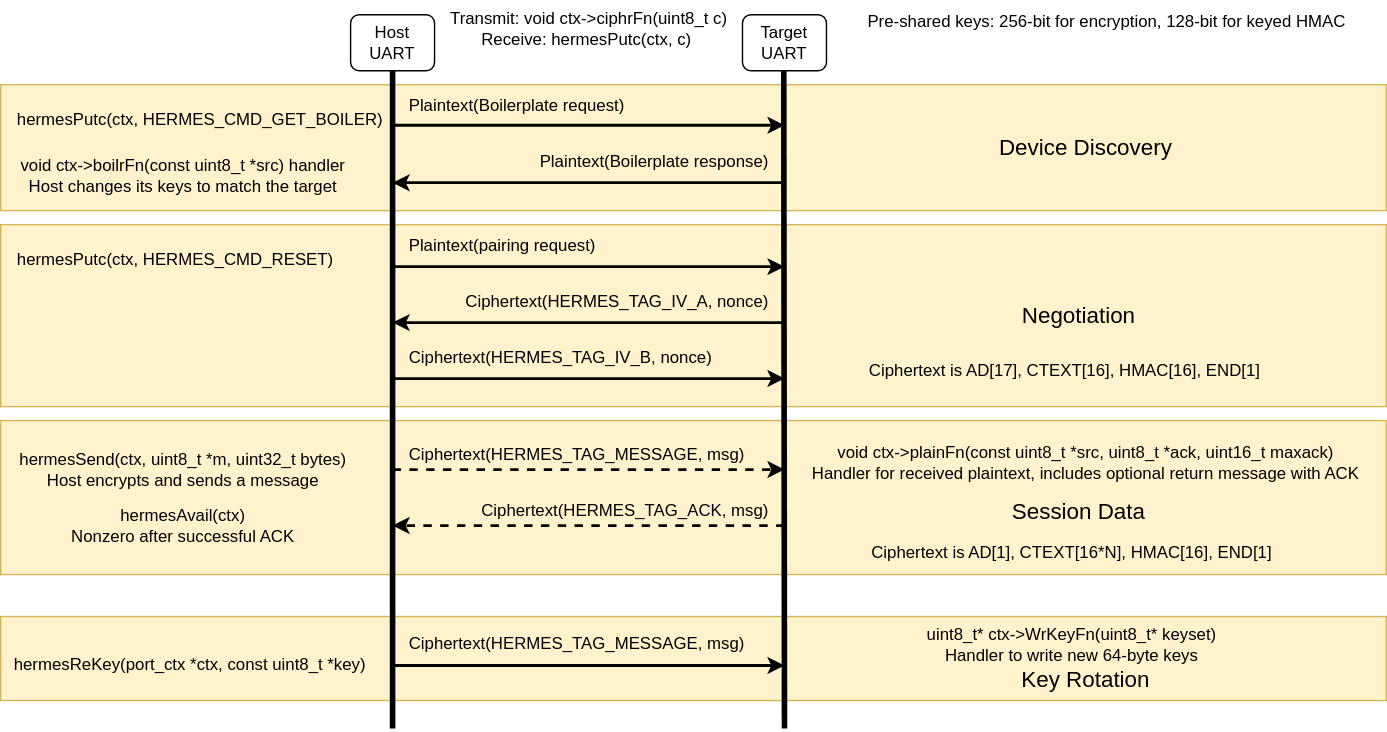
The draw.io diagram docs/call-flow.drawio.svg in bradleyeckert/hermes, before a commit. Source tidied: cells renumbered, new cells last; positions are measured from the earlier drawing's top-left corner, leaving out a move shared by most shapes.
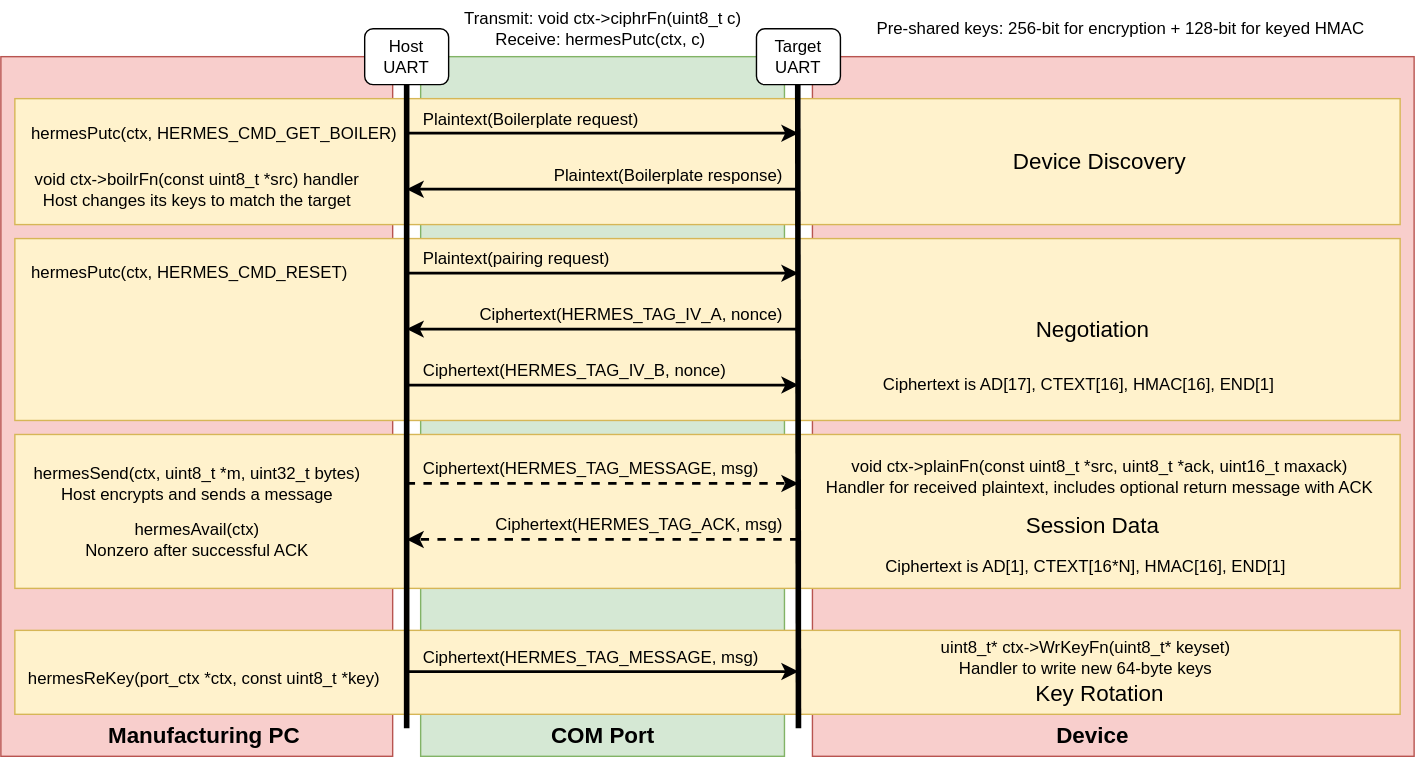
After the change.

Change to the diagram source:
```diff
@@ -2,6 +2,15 @@
   <root>
     <mxCell id="0" />
     <mxCell id="1" parent="0" />
+    <mxCell id="42" style="rounded=0;whiteSpace=wrap;html=1;fillColor=#d5e8d4;strokeColor=#82b366;" parent="1" vertex="1">
+      <mxGeometry x="290" y="30" width="260" height="500" as="geometry" />
+    </mxCell>
+    <mxCell id="43" style="rounded=0;whiteSpace=wrap;html=1;fillColor=#f8cecc;strokeColor=#b85450;" parent="1" vertex="1">
+      <mxGeometry x="570" y="30" width="430" height="500" as="geometry" />
+    </mxCell>
+    <mxCell id="44" style="rounded=0;whiteSpace=wrap;html=1;fillColor=#f8cecc;strokeColor=#b85450;" parent="1" vertex="1">
+      <mxGeometry x="-10" y="30" width="280" height="500" as="geometry" />
+    </mxCell>
     <mxCell id="2" style="rounded=0;whiteSpace=wrap;html=1;fillColor=#fff2cc;strokeColor=#d6b656;" parent="1" vertex="1">
       <mxGeometry y="440" width="990" height="60" as="geometry" />
     </mxCell>
@@ -22,19 +31,19 @@
     </mxCell>
     <mxCell id="8" style="endArrow=none;html=1;entryX=0.5;entryY=1;entryDx=0;entryDy=0;strokeWidth=4;" parent="1" edge="1" target="6">
       <mxGeometry relative="1" as="geometry">
-        <mxPoint x="280" y="520" as="sourcePoint" />
+        <mxPoint x="280" y="510" as="sourcePoint" />
       </mxGeometry>
     </mxCell>
     <mxCell id="9" style="endArrow=none;html=1;entryX=0.5;entryY=1;entryDx=0;entryDy=0;strokeWidth=4;" parent="1" edge="1">
       <mxGeometry relative="1" as="geometry">
-        <mxPoint x="560" y="520" as="sourcePoint" />
+        <mxPoint x="560" y="510" as="sourcePoint" />
         <mxPoint x="559.5" y="50" as="targetPoint" />
       </mxGeometry>
     </mxCell>
     <mxCell id="10" style="endArrow=classic;html=1;strokeWidth=2;endFill=1;" parent="1" edge="1">
       <mxGeometry relative="1" as="geometry">
-        <mxPoint x="280" y="89" as="sourcePoint" />
-        <mxPoint x="560" y="89" as="targetPoint" />
+        <mxPoint x="280" y="84.7" as="sourcePoint" />
+        <mxPoint x="560" y="84.7" as="targetPoint" />
       </mxGeometry>
     </mxCell>
     <mxCell id="11" value="hermesPutc(ctx, HERMES_CMD_GET_BOILER)" style="text;html=1;align=left;verticalAlign=middle;strokeColor=none;fillColor=none;" parent="1" vertex="1">
@@ -45,8 +54,8 @@
     </mxCell>
     <mxCell id="13" style="endArrow=classic;html=1;strokeWidth=2;endFill=1;" parent="1" edge="1">
       <mxGeometry relative="1" as="geometry">
-        <mxPoint x="560" y="130" as="sourcePoint" />
-        <mxPoint x="280" y="130" as="targetPoint" />
+        <mxPoint x="560" y="124.7" as="sourcePoint" />
+        <mxPoint x="280" y="124.7" as="targetPoint" />
       </mxGeometry>
     </mxCell>
     <mxCell id="14" value="Plaintext(Boilerplate response)" style="text;html=1;align=right;verticalAlign=middle;strokeColor=none;fillColor=none;" parent="1" vertex="1">
@@ -57,8 +66,8 @@
     </mxCell>
     <mxCell id="16" style="endArrow=classic;html=1;strokeWidth=2;endFill=1;" parent="1" edge="1">
       <mxGeometry relative="1" as="geometry">
-        <mxPoint x="280" y="190" as="sourcePoint" />
-        <mxPoint x="560" y="190" as="targetPoint" />
+        <mxPoint x="280" y="184.7" as="sourcePoint" />
+        <mxPoint x="560" y="184.7" as="targetPoint" />
       </mxGeometry>
     </mxCell>
     <mxCell id="17" value="hermesPutc(ctx, HERMES_CMD_RESET)" style="text;html=1;align=left;verticalAlign=middle;strokeColor=none;fillColor=none;" parent="1" vertex="1">
@@ -69,8 +78,8 @@
     </mxCell>
     <mxCell id="19" style="endArrow=classic;html=1;strokeWidth=2;endFill=1;" parent="1" edge="1">
       <mxGeometry relative="1" as="geometry">
-        <mxPoint x="560" y="230" as="sourcePoint" />
-        <mxPoint x="280" y="230" as="targetPoint" />
+        <mxPoint x="560" y="224.7" as="sourcePoint" />
+        <mxPoint x="280" y="224.7" as="targetPoint" />
       </mxGeometry>
     </mxCell>
     <mxCell id="20" value="Ciphertext(HERMES_TAG_IV_A, nonce)" style="text;html=1;align=right;verticalAlign=middle;strokeColor=none;fillColor=none;" parent="1" vertex="1">
@@ -78,8 +87,8 @@
     </mxCell>
     <mxCell id="21" style="endArrow=classic;html=1;strokeWidth=2;endFill=1;" parent="1" edge="1">
       <mxGeometry relative="1" as="geometry">
-        <mxPoint x="280" y="270" as="sourcePoint" />
-        <mxPoint x="560" y="270" as="targetPoint" />
+        <mxPoint x="280" y="264.7" as="sourcePoint" />
+        <mxPoint x="560" y="264.7" as="targetPoint" />
       </mxGeometry>
     </mxCell>
     <mxCell id="22" value="Ciphertext(HERMES_TAG_IV_B, nonce)" style="text;html=1;align=left;verticalAlign=middle;strokeColor=none;fillColor=none;" parent="1" vertex="1">
@@ -117,12 +126,15 @@
     </mxCell>
     <mxCell id="31" style="endArrow=classic;html=1;strokeWidth=2;endFill=1;" parent="1" edge="1">
       <mxGeometry relative="1" as="geometry">
-        <mxPoint x="280" y="475" as="sourcePoint" />
-        <mxPoint x="560" y="475" as="targetPoint" />
+        <mxPoint x="280" y="469.4" as="sourcePoint" />
+        <mxPoint x="560" y="469.4" as="targetPoint" />
+        <Array as="points">
+          <mxPoint x="420" y="469.4" />
+        </Array>
       </mxGeometry>
     </mxCell>
     <mxCell id="32" value="Transmit:&amp;nbsp;void ctx-&amp;gt;ciphrFn(uint8_t c)&lt;div&gt;Receive:&amp;nbsp;&lt;span style=&quot;color: rgb(0, 0, 0); text-align: left; background-color: transparent;&quot;&gt;hermesPutc(ctx, c)&lt;/span&gt;&lt;span style=&quot;background-color: transparent; font-family: monospace; font-size: 0px; text-align: start;&quot;&gt;%3CmxGraphModel%3E%3Croot%3E%3CmxCell%20id%3D%220%22%2F%3E%3CmxCell%20id%3D%221%22%20parent%3D%220%22%2F%3E%3CmxCell%20id%3D%222%22%20value%3D%22hermesPutc(ctx%2C%20HERMES_CMD_GET_BOILER)%22%20style%3D%22text%3Bhtml%3D1%3Balign%3Dleft%3BverticalAlign%3Dmiddle%3Bresizable%3D0%3Bpoints%3D%5B%5D%3Bautosize%3D1%3BstrokeColor%3Dnone%3BfillColor%3Dnone%3B%22%20vertex%3D%221%22%20parent%3D%221%22%3E%3CmxGeometry%20x%3D%2210%22%20y%3D%2270%22%20width%3D%22280%22%20height%3D%2230%22%20as%3D%22geometry%22%2F%3E%3C%2FmxCell%3E%3C%2Froot%3E%3C%2FmxGraphModel%3E&lt;/span&gt;&lt;span style=&quot;background-color: transparent; font-family: monospace; font-size: 0px; text-align: start;&quot;&gt;%3CmxGraphModel%3E%3Croot%3E%3CmxCell%20id%3D%220%22%2F%3E%3CmxCell%20id%3D%221%22%20parent%3D%220%22%2F%3E%3CmxCell%20id%3D%222%22%20value%3D%22hermesPutc(ctx%2C%20HERMES_CMD_GET_BOILER)%22%20style%3D%22text%3Bhtml%3D1%3Balign%3Dleft%3BverticalAlign%3Dmiddle%3Bresizable%3D0%3Bpoints%3D%5B%5D%3Bautosize%3D1%3BstrokeColor%3Dnone%3BfillColor%3Dnone%3B%22%20vertex%3D%221%22%20parent%3D%221%22%3E%3CmxGeometry%20x%3D%2210%22%20y%3D%2270%22%20width%3D%22280%22%20height%3D%2230%22%20as%3D%22geometry%22%2F%3E%3C%2FmxCell%3E%3C%2Froot%3E%3C%2FmxGraphModel%3E&lt;/span&gt;&lt;span style=&quot;background-color: transparent; font-family: monospace; font-size: 0px; text-align: start;&quot;&gt;%3CmxGraphModel%3E%3Croot%3E%3CmxCell%20id%3D%220%22%2F%3E%3CmxCell%20id%3D%221%22%20parent%3D%220%22%2F%3E%3CmxCell%20id%3D%222%22%20value%3D%22hermesPutc(ctx%2C%20HERMES_CMD_GET_BOILER)%22%20style%3D%22text%3Bhtml%3D1%3Balign%3Dleft%3BverticalAlign%3Dmiddle%3Bresizable%3D0%3Bpoints%3D%5B%5D%3Bautosize%3D1%3BstrokeColor%3Dnone%3BfillColor%3Dnone%3B%22%20vertex%3D%221%22%20parent%3D%221%22%3E%3CmxGeometry%20x%3D%2210%22%20y%3D%2270%22%20width%3D%22280%22%20height%3D%2230%22%20as%3D%22geometry%22%2F%3E%3C%2FmxCell%3E%3C%2Froot%3E%3C%2FmxGraphModel%3E&lt;/span&gt;&lt;span style=&quot;background-color: transparent; font-family: monospace; font-size: 0px; text-align: start;&quot;&gt;%3CmxGraphModel%3E%3Croot%3E%3CmxCell%20id%3D%220%22%2F%3E%3CmxCell%20id%3D%221%22%20parent%3D%220%22%2F%3E%3CmxCell%20id%3D%222%22%20value%3D%22hermesPutc(ctx%2C%20HERMES_CMD_GET_BOILER)%22%20style%3D%22text%3Bhtml%3D1%3Balign%3Dleft%3BverticalAlign%3Dmiddle%3Bresizable%3D0%3Bpoints%3D%5B%5D%3Bautosize%3D1%3BstrokeColor%3Dnone%3BfillColor%3Dnone%3B%22%20vertex%3D%221%22%20parent%3D%221%22%3E%3CmxGeometry%20x%3D%2210%22%20y%3D%2270%22%20width%3D%22280%22%20height%3D%2230%22%20as%3D%22geometry%22%2F%3E%3C%2FmxCell%3E%3C%2Froot%3E%3C%2FmxGraphModel%3E&lt;/span&gt;&lt;span style=&quot;background-color: transparent; font-family: monospace; font-size: 0px; text-align: start;&quot;&gt;%3CmxGraphModel%3E%3Croot%3E%3CmxCell%20id%3D%220%22%2F%3E%3CmxCell%20id%3D%221%22%20parent%3D%220%22%2F%3E%3CmxCell%20id%3D%222%22%20value%3D%22hermesPutc(ctx%2C%20HERMES_CMD_GET_BOILER)%22%20style%3D%22text%3Bhtml%3D1%3Balign%3Dleft%3BverticalAlign%3Dmiddle%3Bresizable%3D0%3Bpoints%3D%5B%5D%3Bautosize%3D1%3BstrokeColor%3Dnone%3BfillColor%3Dnone%3B%22%20vertex%3D%221%22%20parent%3D%221%22%3E%3CmxGeometry%20x%3D%2210%22%20y%3D%2270%22%20width%3D%22280%22%20height%3D%2230%22%20as%3D%22geometry%22%2F%3E%3C%2FmxCell%3E%3C%2Froot%3E%3C%2FmxGraphModel%3E&lt;/span&gt;&lt;span style=&quot;background-color: transparent; font-family: monospace; font-size: 0px; text-align: start;&quot;&gt;%3CmxGraphModel%3E%3Croot%3E%3CmxCell%20id%3D%220%22%2F%3E%3CmxCell%20id%3D%221%22%20parent%3D%220%22%2F%3E%3CmxCell%20id%3D%222%22%20value%3D%22hermesPutc(ctx%2C%20HERMES_CMD_GET_BOILER)%22%20style%3D%22text%3Bhtml%3D1%3Balign%3Dleft%3BverticalAlign%3Dmiddle%3Bresizable%3D0%3Bpoints%3D%5B%5D%3Bautosize%3D1%3BstrokeColor%3Dnone%3BfillColor%3Dnone%3B%22%20vertex%3D%221%22%20parent%3D%221%22%3E%3CmxGeometry%20x%3D%2210%22%20y%3D%2270%22%20width%3D%22280%22%20height%3D%2230%22%20as%3D%22geometry%22%2F%3E%3C%2FmxCell%3E%3C%2Froot%3E%3C%2FmxGraphModel%3E&lt;/span&gt;&lt;/div&gt;" style="text;html=1;align=center;verticalAlign=middle;strokeColor=none;fillColor=none;" parent="1" vertex="1">
-      <mxGeometry x="310" width="220" height="40" as="geometry" />
+      <mxGeometry x="310" y="-10" width="220" height="40" as="geometry" />
     </mxCell>
     <mxCell id="33" value="Ciphertext(HERMES_TAG_MESSAGE, msg)" style="text;html=1;align=left;verticalAlign=middle;strokeColor=none;fillColor=none;" parent="1" vertex="1">
       <mxGeometry x="290" y="445" width="260" height="30" as="geometry" />
@@ -148,8 +160,17 @@
     <mxCell id="40" value="Ciphertext is AD[17], CTEXT[16], HMAC[16], END[1]" style="text;html=1;align=center;verticalAlign=middle;strokeColor=none;fillColor=none;" parent="1" vertex="1">
       <mxGeometry x="610" y="250" width="300" height="30" as="geometry" />
     </mxCell>
-    <mxCell id="41" value="Pre-shared keys: 256-bit for encryption, 128-bit for keyed HMAC" style="text;html=1;align=center;verticalAlign=middle;strokeColor=none;fillColor=none;" parent="1" vertex="1">
-      <mxGeometry x="610" width="360" height="30" as="geometry" />
+    <mxCell id="41" value="Pre-shared keys: 256-bit for encryption + 128-bit for keyed HMAC" style="text;html=1;align=center;verticalAlign=middle;strokeColor=none;fillColor=none;" parent="1" vertex="1">
+      <mxGeometry x="605" y="-5" width="370" height="30" as="geometry" />
     </mxCell>
+    <mxCell id="45" value="&lt;font style=&quot;font-size: 16px;&quot;&gt;&lt;b&gt;Device&lt;/b&gt;&lt;/font&gt;" style="text;html=1;align=center;verticalAlign=middle;strokeColor=none;fillColor=none;" parent="1" vertex="1">
+      <mxGeometry x="730" y="500" width="80" height="30" as="geometry" />
+    </mxCell>
+    <mxCell id="46" value="&lt;font style=&quot;font-size: 16px;&quot;&gt;&lt;b&gt;Manufacturing PC&lt;/b&gt;&lt;/font&gt;" style="text;html=1;align=center;verticalAlign=middle;strokeColor=none;fillColor=none;" parent="1" vertex="1">
+      <mxGeometry x="55" y="500" width="160" height="30" as="geometry" />
+    </mxCell>
+    <mxCell id="47" value="&lt;font style=&quot;font-size: 16px;&quot;&gt;&lt;b&gt;COM Port&lt;/b&gt;&lt;/font&gt;" style="text;html=1;align=center;verticalAlign=middle;strokeColor=none;fillColor=none;" parent="1" vertex="1">
+      <mxGeometry x="370" y="500" width="100" height="30" as="geometry" />
+    </mxCell>
   </root>
 </mxGraphModel>
```
